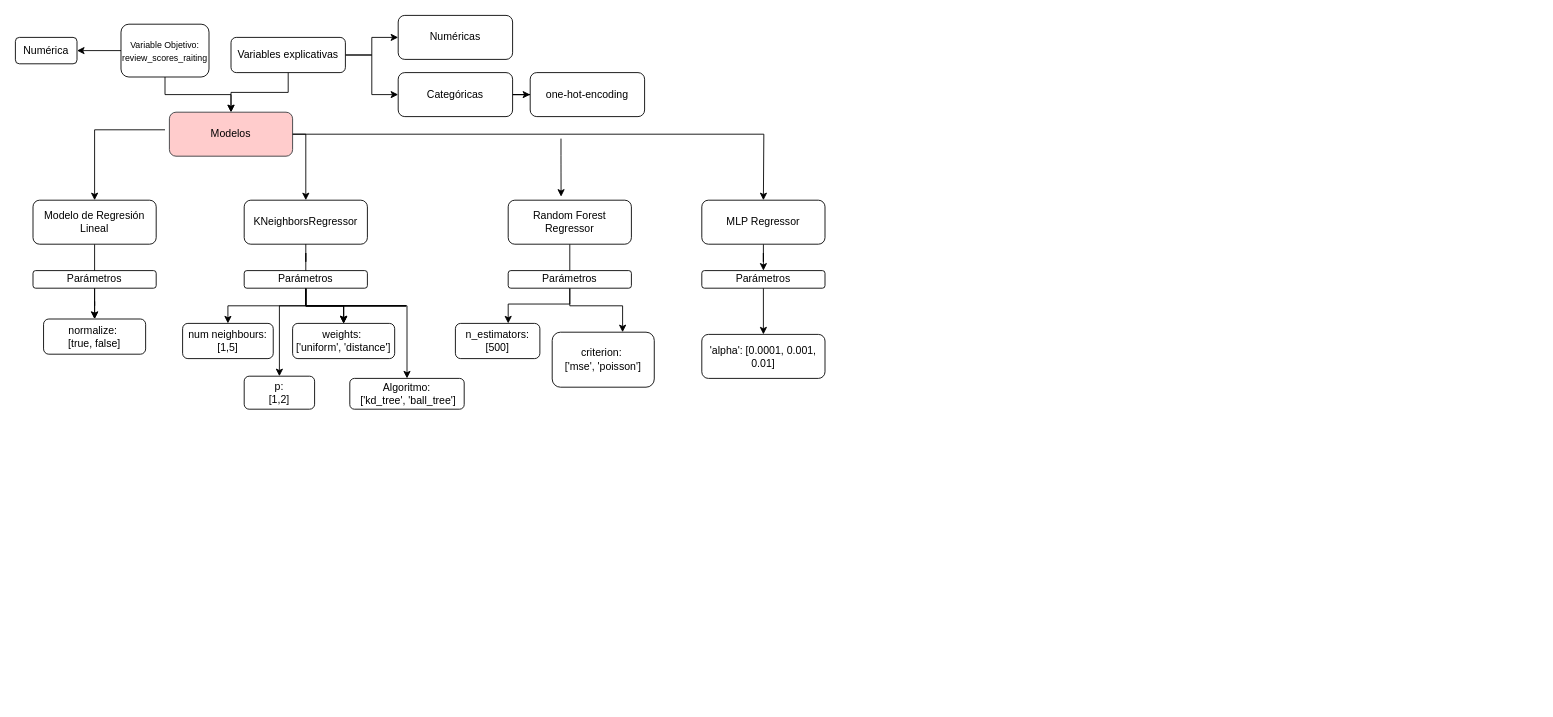
This is Untitled Diagram.drawio from Rebeca98/Proyecto_MineriaDatos, a draw.io file, before an edit. Source tidied: cells renumbered, new cells numbered last; positions are measured from the earlier drawing's top-left corner, leaving out a move shared by most shapes. Both pictures are drawn from the tidied source at 88%, with x=0, y=0 at pixel (15, 15).
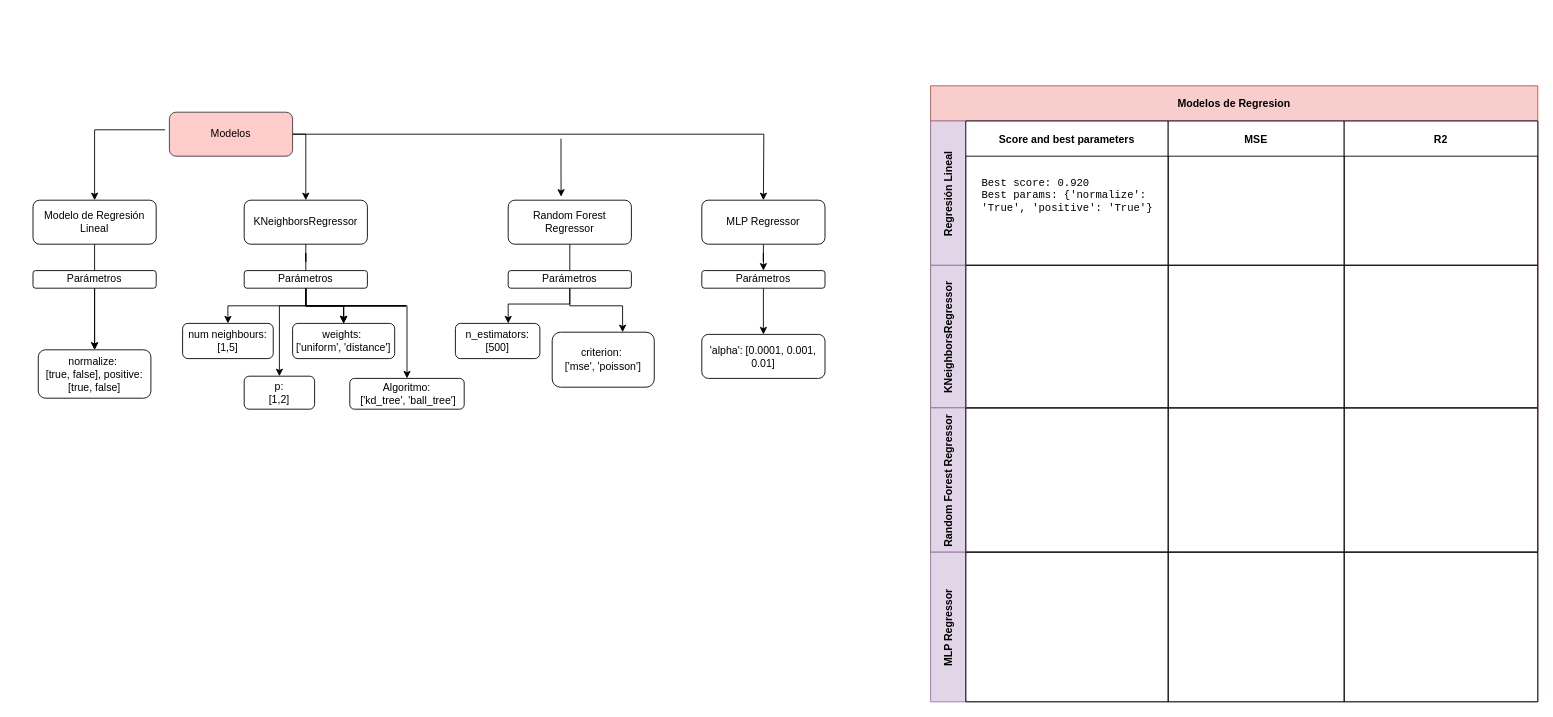
Above is the later version.

The change refers to these unchanged cells:
```xml
<mxCell id="18" value="Modelos" style="rounded=1;whiteSpace=wrap;html=1;fontSize=12;glass=0;strokeWidth=1;shadow=0;fillColor=#ffcccc;strokeColor=#36393d;" parent="1" vertex="1">
  <mxGeometry x="175" y="110" width="140" height="50" as="geometry" />
</mxCell>
```

The edit, as a diff of the source:
```diff
@@
-    <mxCell id="2" style="edgeStyle=orthogonalEdgeStyle;rounded=0;jettySize=auto;html=1;" parent="1" edge="1" source="4" target="18">
-      <mxGeometry relative="1" as="geometry">
-        <Array as="points">
-          <mxPoint x="170" y="90" />
-          <mxPoint x="245" y="90" />
-        </Array>
-      </mxGeometry>
-    </mxCell>
-    <mxCell id="3" style="edgeStyle=orthogonalEdgeStyle;rounded=0;jettySize=auto;html=1;" parent="1" edge="1" source="4" target="33">
-      <mxGeometry relative="1" as="geometry" />
-    </mxCell>
-    <mxCell id="4" value="&lt;font style=&quot;font-size: 10px&quot;&gt;Variable Objetivo:&lt;br&gt;review_scores_raiting&lt;/font&gt;" style="rounded=1;whiteSpace=wrap;html=1;fontSize=12;glass=0;strokeWidth=1;shadow=0;" parent="1" vertex="1">
-      <mxGeometry x="120" y="10" width="100" height="60" as="geometry" />
-    </mxCell>
-    <mxCell id="5" style="edgeStyle=orthogonalEdgeStyle;rounded=0;jettySize=auto;html=1;" parent="1" edge="1" source="8" target="9">
-      <mxGeometry relative="1" as="geometry" />
-    </mxCell>
-    <mxCell id="6" style="edgeStyle=orthogonalEdgeStyle;rounded=0;jettySize=auto;html=1;exitX=1;exitY=0.5;exitDx=0;exitDy=0;entryX=0;entryY=0.5;entryDx=0;entryDy=0;" parent="1" edge="1" source="8" target="11">
-      <mxGeometry relative="1" as="geometry">
-        <Array as="points">
-          <mxPoint x="405" y="45" />
-          <mxPoint x="405" y="90" />
-        </Array>
-      </mxGeometry>
-    </mxCell>
-    <mxCell id="7" style="edgeStyle=orthogonalEdgeStyle;rounded=0;jettySize=auto;html=1;" parent="1" edge="1" source="8" target="18">
-      <mxGeometry relative="1" as="geometry" />
-    </mxCell>
-    <mxCell id="8" value="Variables explicativas" style="rounded=1;whiteSpace=wrap;html=1;fontSize=12;glass=0;strokeWidth=1;shadow=0;" parent="1" vertex="1">
-      <mxGeometry x="245" y="25" width="130" height="40" as="geometry" />
-    </mxCell>
-    <mxCell id="9" value="Numéricas" style="rounded=1;whiteSpace=wrap;html=1;fontSize=12;glass=0;strokeWidth=1;shadow=0;" parent="1" vertex="1">
-      <mxGeometry x="435" width="130" height="50" as="geometry" />
-    </mxCell>
-    <mxCell id="10" style="edgeStyle=orthogonalEdgeStyle;rounded=0;jettySize=auto;html=1;" parent="1" edge="1" source="11" target="14">
-      <mxGeometry relative="1" as="geometry" />
-    </mxCell>
-    <mxCell id="11" value="Categóricas" style="rounded=1;whiteSpace=wrap;html=1;fontSize=12;glass=0;strokeWidth=1;shadow=0;" parent="1" vertex="1">
-      <mxGeometry x="435" y="65" width="130" height="50" as="geometry" />
-    </mxCell>
@@
-    <mxCell id="14" value="one-hot-encoding" style="rounded=1;whiteSpace=wrap;html=1;fontSize=12;glass=0;strokeWidth=1;shadow=0;" parent="1" vertex="1">
-      <mxGeometry x="585" y="65" width="130" height="50" as="geometry" />
-    </mxCell>
@@
-    <mxCell id="30" value="normalize:&amp;nbsp;&lt;br&gt;[true, false]" style="rounded=1;whiteSpace=wrap;html=1;fontSize=12;glass=0;strokeWidth=1;shadow=0;" parent="1" vertex="1">
-      <mxGeometry x="32" y="345" width="116" height="40" as="geometry" />
+    <mxCell id="30" value="normalize:&amp;nbsp;&lt;br&gt;[true, false], positive: [true, false]" style="rounded=1;whiteSpace=wrap;html=1;fontSize=12;glass=0;strokeWidth=1;shadow=0;" parent="1" vertex="1">
+      <mxGeometry x="26" y="380" width="128" height="55" as="geometry" />
     </mxCell>
@@
-    <mxCell id="33" value="Numérica" style="rounded=1;whiteSpace=wrap;html=1;fontSize=12;glass=0;strokeWidth=1;shadow=0;" parent="1" vertex="1">
-      <mxGeometry y="25" width="70" height="30" as="geometry" />
-    </mxCell>
@@
+    <mxCell id="48" value="Modelos de Regresion" style="shape=table;childLayout=tableLayout;rowLines=0;columnLines=0;startSize=40;fontStyle=1;align=center;fillColor=#f8cecc;strokeColor=#b85450;" parent="1" vertex="1">
+      <mxGeometry x="1040" y="80" width="690" height="530" as="geometry" />
+    </mxCell>
+    <mxCell id="49" value="Regresión Lineal" style="swimlane;horizontal=0;startSize=40;fontStyle=1;fillColor=#e1d5e7;strokeColor=#9673a6;" parent="48" vertex="1">
+      <mxGeometry y="40" width="690" height="164" as="geometry" />
+    </mxCell>
+    <mxCell id="50" value="Score and best parameters" style="swimlane;startSize=40;" parent="49" vertex="1">
+      <mxGeometry x="40" width="230" height="164" as="geometry" />
+    </mxCell>
+    <mxCell id="51" value="&lt;pre style=&quot;border: none ; margin-top: 0px ; margin-bottom: 0px ; padding: 0px ; overflow: auto ; word-break: break-all ; overflow-wrap: break-word ; text-align: left ; background-color: rgb(255 , 255 , 255)&quot;&gt;Best score: 0.920&lt;br&gt;Best params: {'normalize': &lt;/pre&gt;&lt;pre style=&quot;border: none ; margin-top: 0px ; margin-bottom: 0px ; padding: 0px ; overflow: auto ; word-break: break-all ; overflow-wrap: break-word ; text-align: left ; background-color: rgb(255 , 255 , 255)&quot;&gt;'True', 'positive': 'True'}&lt;/pre&gt;" style="text;html=1;align=center;verticalAlign=middle;strokeColor=none;fillColor=none;" parent="50" vertex="1">
+      <mxGeometry x="10" y="60" width="210" height="50" as="geometry" />
+    </mxCell>
+    <mxCell id="52" value="MSE" style="swimlane;startSize=40;" parent="49" vertex="1">
+      <mxGeometry x="270" width="200" height="164" as="geometry" />
+    </mxCell>
+    <mxCell id="53" value="R2" style="swimlane;startSize=40;" parent="49" vertex="1">
+      <mxGeometry x="470" width="220" height="164" as="geometry" />
+    </mxCell>
+    <mxCell id="54" value="KNeighborsRegressor" style="swimlane;horizontal=0;startSize=40;fillColor=#e1d5e7;strokeColor=#9673a6;" parent="48" vertex="1">
+      <mxGeometry y="204" width="690" height="162" as="geometry" />
+    </mxCell>
+    <mxCell id="55" style="swimlane;startSize=0;" parent="54" vertex="1">
+      <mxGeometry x="40" width="230" height="162" as="geometry" />
+    </mxCell>
+    <mxCell id="56" style="swimlane;startSize=0;" parent="54" vertex="1">
+      <mxGeometry x="270" width="200" height="162" as="geometry" />
+    </mxCell>
+    <mxCell id="57" style="swimlane;startSize=0;" parent="54" vertex="1">
+      <mxGeometry x="470" width="220" height="162" as="geometry" />
+    </mxCell>
+    <mxCell id="58" value="Random Forest Regressor" style="swimlane;horizontal=0;startSize=40;fillColor=#e1d5e7;strokeColor=#9673a6;" parent="48" vertex="1">
+      <mxGeometry y="366" width="690" height="164" as="geometry" />
+    </mxCell>
+    <mxCell id="59" style="swimlane;startSize=0;" parent="58" vertex="1">
+      <mxGeometry x="40" width="230" height="164" as="geometry" />
+    </mxCell>
+    <mxCell id="60" style="swimlane;startSize=0;" parent="58" vertex="1">
+      <mxGeometry x="270" width="200" height="164" as="geometry" />
+    </mxCell>
+    <mxCell id="61" style="swimlane;startSize=0;" parent="58" vertex="1">
+      <mxGeometry x="470" width="220" height="164" as="geometry" />
+    </mxCell>
+    <mxCell id="62" value="MLP Regressor" style="swimlane;horizontal=0;startSize=40;fillColor=#e1d5e7;strokeColor=#9673a6;" parent="1" vertex="1">
+      <mxGeometry x="1040" y="610" width="690" height="170" as="geometry" />
+    </mxCell>
+    <mxCell id="63" style="swimlane;startSize=0;" parent="62" vertex="1">
+      <mxGeometry x="40" width="230" height="170" as="geometry" />
+    </mxCell>
+    <mxCell id="64" style="swimlane;startSize=0;" parent="62" vertex="1">
+      <mxGeometry x="270" width="200" height="170" as="geometry" />
+    </mxCell>
+    <mxCell id="65" style="swimlane;startSize=0;" parent="62" vertex="1">
+      <mxGeometry x="470" width="220" height="170" as="geometry" />
+    </mxCell>
```
